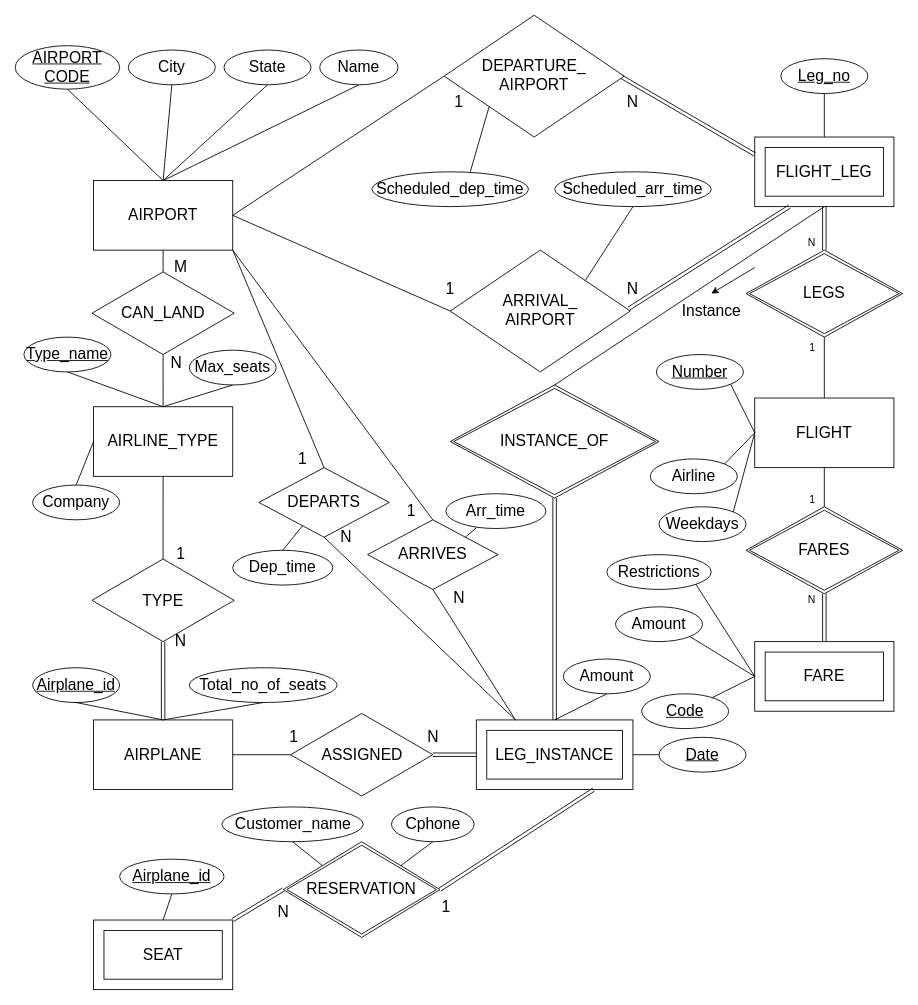
Above: Untitled Diagram.drawio in BENHAN94/DB_model (draw.io), before the change. Source tidied: cells renumbered, new cells numbered last; positions are measured from the earlier drawing's top-left corner, leaving out a move shared by most shapes. Both pictures are drawn from the tidied source at 87%, with x=0, y=0 at pixel (15, 15).
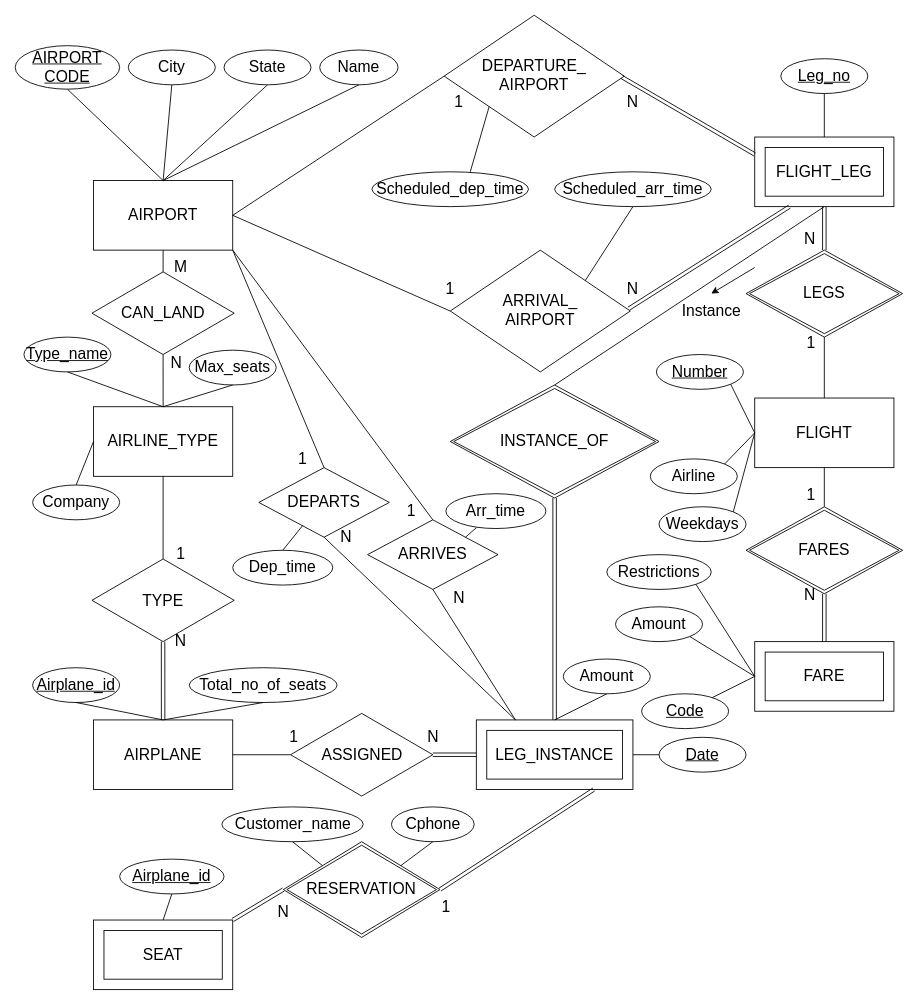
Above is the later version.

Unchanged cells that the change refers to:
```xml
<mxCell id="65" style="shape=link;html=1;rounded=0;fontSize=18;entryX=0.5;entryY=1;entryDx=0;entryDy=0;exitX=0.5;exitY=0;exitDx=0;exitDy=0;" parent="1" edge="1" source="64" target="3">
  <mxGeometry relative="1" as="geometry" />
</mxCell>
<mxCell id="67" style="endArrow=none;html=1;rounded=0;fontSize=18;entryX=0.5;entryY=1;entryDx=0;entryDy=0;exitX=0.5;exitY=0;exitDx=0;exitDy=0;" parent="1" edge="1" source="6" target="64">
  <mxGeometry relative="1" as="geometry" />
</mxCell>
<mxCell id="72" style="endArrow=none;html=1;rounded=0;fontSize=18;entryX=0.5;entryY=1;entryDx=0;entryDy=0;exitX=0.5;exitY=0;exitDx=0;exitDy=0;" parent="1" edge="1" source="69" target="6">
  <mxGeometry relative="1" as="geometry" />
</mxCell>
<mxCell id="74" style="shape=link;html=1;rounded=0;fontSize=18;entryX=0.5;entryY=0;entryDx=0;entryDy=0;exitX=0.5;exitY=1;exitDx=0;exitDy=0;" parent="1" edge="1" source="69" target="8">
  <mxGeometry relative="1" as="geometry" />
</mxCell>
```

What changed in the source:
```diff
@@
-    <mxCell id="66" value="N" style="html=1;align=right;verticalAlign=bottom;" parent="65" vertex="1">
+    <mxCell id="66" value="N" style="html=1;align=right;verticalAlign=bottom;fontSize=18;" parent="65" vertex="1">
       <mxGeometry x="1" relative="1" as="geometry">
         <mxPoint x="-10" y="50" as="offset" />
       </mxGeometry>
     </mxCell>
@@
-    <mxCell id="68" value="1" style="html=1;align=right;verticalAlign=bottom;" parent="67" vertex="1">
+    <mxCell id="68" value="1" style="html=1;align=right;verticalAlign=bottom;fontSize=18;" parent="67" vertex="1">
       <mxGeometry x="1" relative="1" as="geometry">
         <mxPoint x="-10" y="20" as="offset" />
       </mxGeometry>
     </mxCell>
@@
-    <mxCell id="73" value="1" style="html=1;align=right;verticalAlign=bottom;" parent="72" vertex="1">
+    <mxCell id="73" value="1" style="html=1;align=right;verticalAlign=bottom;fontSize=18;" parent="72" vertex="1">
       <mxGeometry x="1" relative="1" as="geometry">
         <mxPoint x="-10" y="44.7" as="offset" />
       </mxGeometry>
     </mxCell>
@@
-    <mxCell id="75" value="N" style="html=1;align=right;verticalAlign=bottom;" parent="74" vertex="1">
+    <mxCell id="75" value="N" style="html=1;align=right;verticalAlign=bottom;fontSize=18;" parent="74" vertex="1">
       <mxGeometry x="1" relative="1" as="geometry">
         <mxPoint x="-10" y="-40" as="offset" />
       </mxGeometry>
     </mxCell>
```
